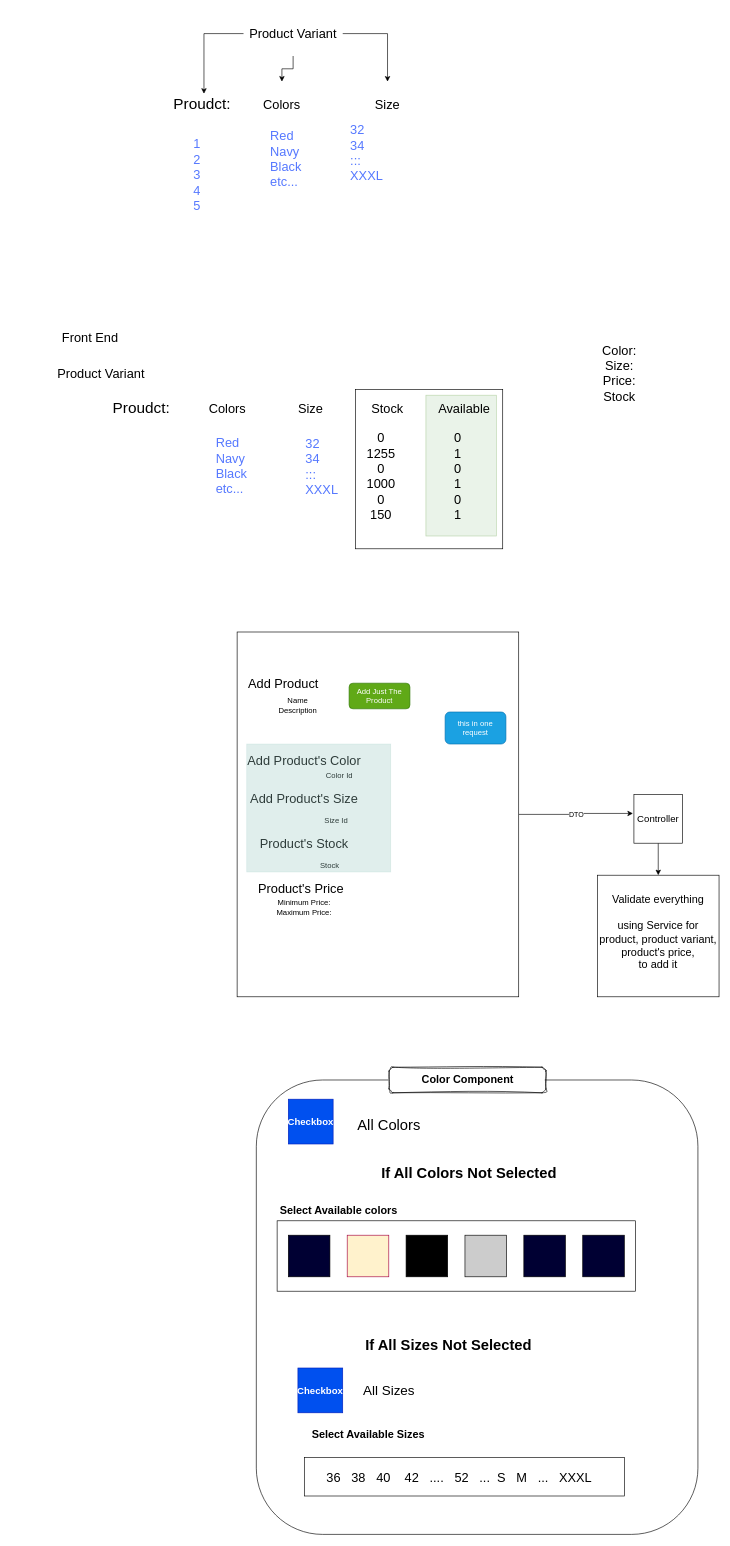
The draw.io diagram page "Adding Product Feature" (5 of 8) of Kemet.drawio in MustaphaAlaa/Kemet, before the edit. Source tidied: cells renumbered, new cells numbered last; positions are measured from the earlier drawing's top-left corner, leaving out a move shared by most shapes. Both pictures are drawn from the tidied source at 64%, with x=0, y=0 at pixel (51, 11).
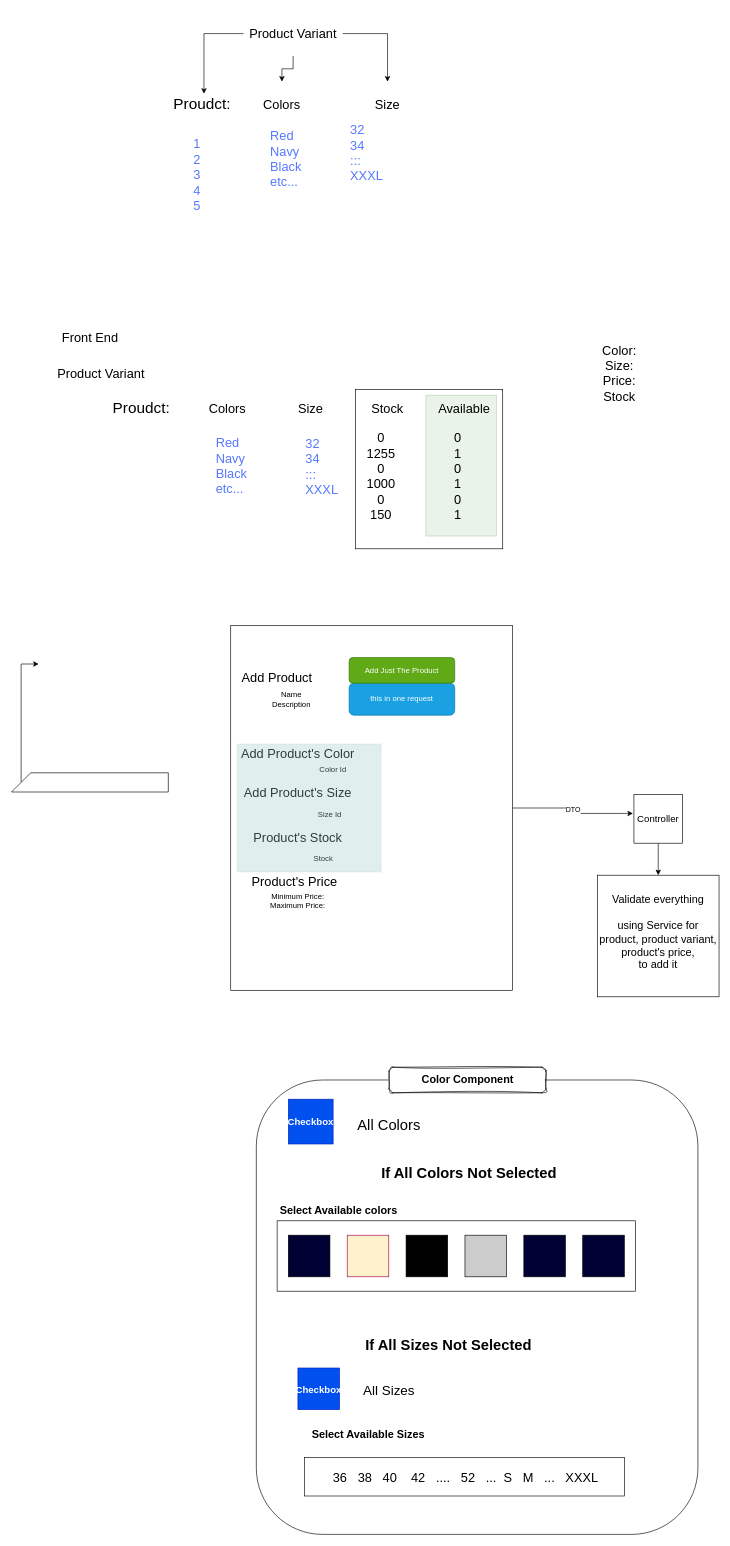
The same diagram, later.

Diff of the diagram source:
```diff
@@
     <mxCell id="29" style="group;" parent="1" vertex="1">
-      <mxGeometry x="290" y="970" width="440" height="570" as="geometry" />
+      <mxGeometry x="280" y="960" width="440" height="570" as="geometry" />
     </mxCell>
@@
     <mxCell id="41" value="this in one request" style="rounded=1;whiteSpace=wrap;html=1;fillColor=#1ba1e2;fontColor=#ffffff;strokeColor=#006EAF;" parent="29" vertex="1">
-      <mxGeometry x="325" y="125" width="95" height="50" as="geometry" />
+      <mxGeometry x="185" y="90" width="165" height="50" as="geometry" />
     </mxCell>
     <mxCell id="42" value="Add Just The Product" style="rounded=1;whiteSpace=wrap;html=1;fillColor=#60a917;fontColor=#ffffff;strokeColor=#2D7600;" parent="29" vertex="1">
-      <mxGeometry x="175" y="80" width="95" height="40" as="geometry" />
+      <mxGeometry x="185" y="50" width="165" height="40" as="geometry" />
     </mxCell>
     <mxCell id="43" style="rounded=0;whiteSpace=wrap;html=1;fillStyle=solid;strokeColor=#9AC7BF;fillColor=#9AC7BF;opacity=30;" parent="29" vertex="1">
-      <mxGeometry x="15" y="175" width="225" height="200" as="geometry" />
+      <mxGeometry x="10" y="185" width="225" height="200" as="geometry" />
     </mxCell>
@@
     <mxCell id="48" value="Checkbox" style="whiteSpace=wrap;html=1;fillColor=#0050ef;fontColor=#ffffff;strokeColor=#001DBC;fontSize=15;fontStyle=1;spacingTop=0;" parent="1" vertex="1">
-      <mxGeometry x="385" y="2120" width="70" height="70" as="geometry" />
+      <mxGeometry x="385" y="2120" width="65" height="65" as="geometry" />
     </mxCell>
@@
     <mxCell id="64" value="&lt;font style=&quot;font-size: 20px;&quot;&gt;36&amp;nbsp; &amp;nbsp;38&amp;nbsp; &amp;nbsp;40&amp;nbsp; &amp;nbsp; 42&amp;nbsp; &amp;nbsp;....&amp;nbsp; &amp;nbsp;52&amp;nbsp; &amp;nbsp;...&amp;nbsp; S&amp;nbsp; &amp;nbsp;M&amp;nbsp; &amp;nbsp;...&amp;nbsp; &amp;nbsp;XXXL&amp;nbsp;&lt;/font&gt;" style="text;html=1;align=center;verticalAlign=middle;whiteSpace=wrap;rounded=0;" parent="1" vertex="1">
-      <mxGeometry x="420" y="2275" width="440" height="30" as="geometry" />
+      <mxGeometry x="420" y="2275" width="460" height="30" as="geometry" />
     </mxCell>
@@
+    <mxCell id="66" style="edgeStyle=orthogonalEdgeStyle;rounded=0;jettySize=auto;html=1;exitX=0;exitY=0;exitDx=15;exitDy=15;exitPerimeter=0;" parent="1" edge="1" source="67">
+      <mxGeometry relative="1" as="geometry">
+        <mxPoint x="-20" y="1020" as="targetPoint" />
+        <Array as="points">
+          <mxPoint x="-47" y="1020" />
+        </Array>
+      </mxGeometry>
+    </mxCell>
+    <mxCell id="67" style="shape=card;whiteSpace=wrap;html=1;" parent="1" vertex="1">
+      <mxGeometry x="-62.5" y="1190" width="245" height="30" as="geometry" />
+    </mxCell>
```
